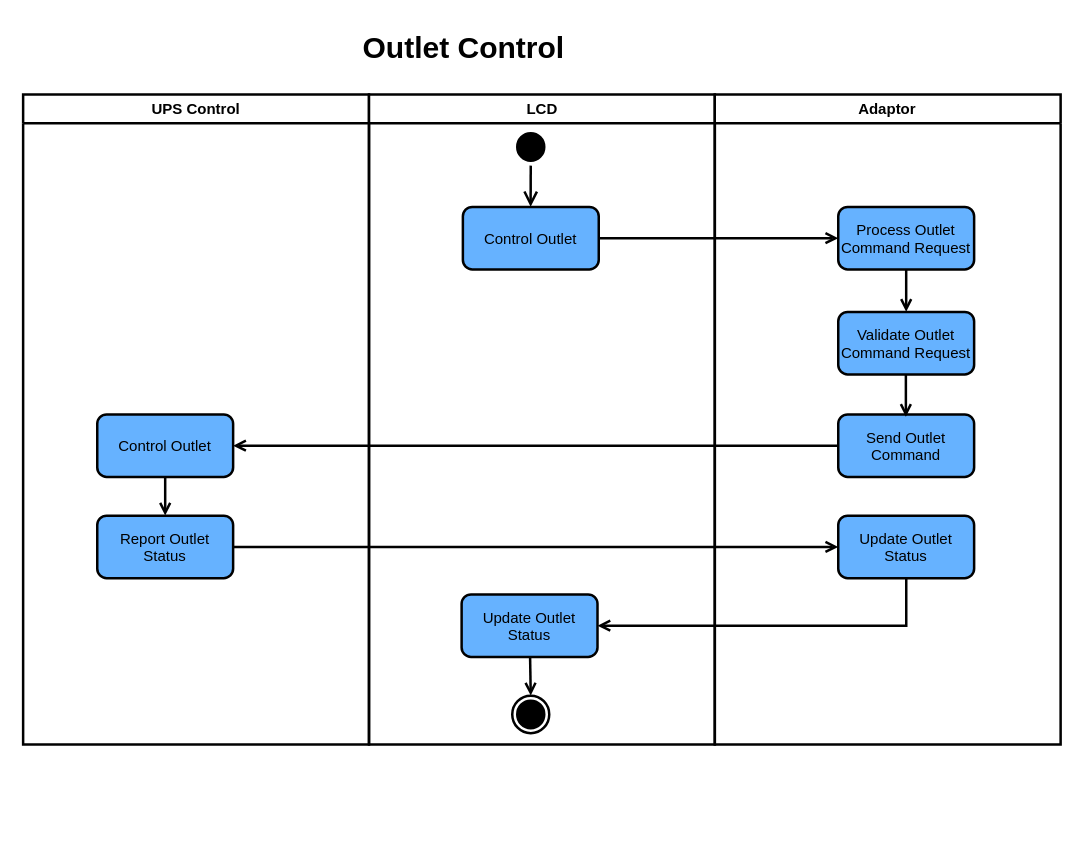
Before: page "SOG" (2 of 2) of system_blocks.drawio in maxpeng/smt_refresh_plan, a draw.io diagram. Source tidied: cells renumbered, new cells numbered last; positions are measured from the earlier drawing's top-left corner, leaving out a move shared by most shapes. Both pictures are drawn from the tidied source at 125%, with x=0, y=0 at pixel (22, 21).
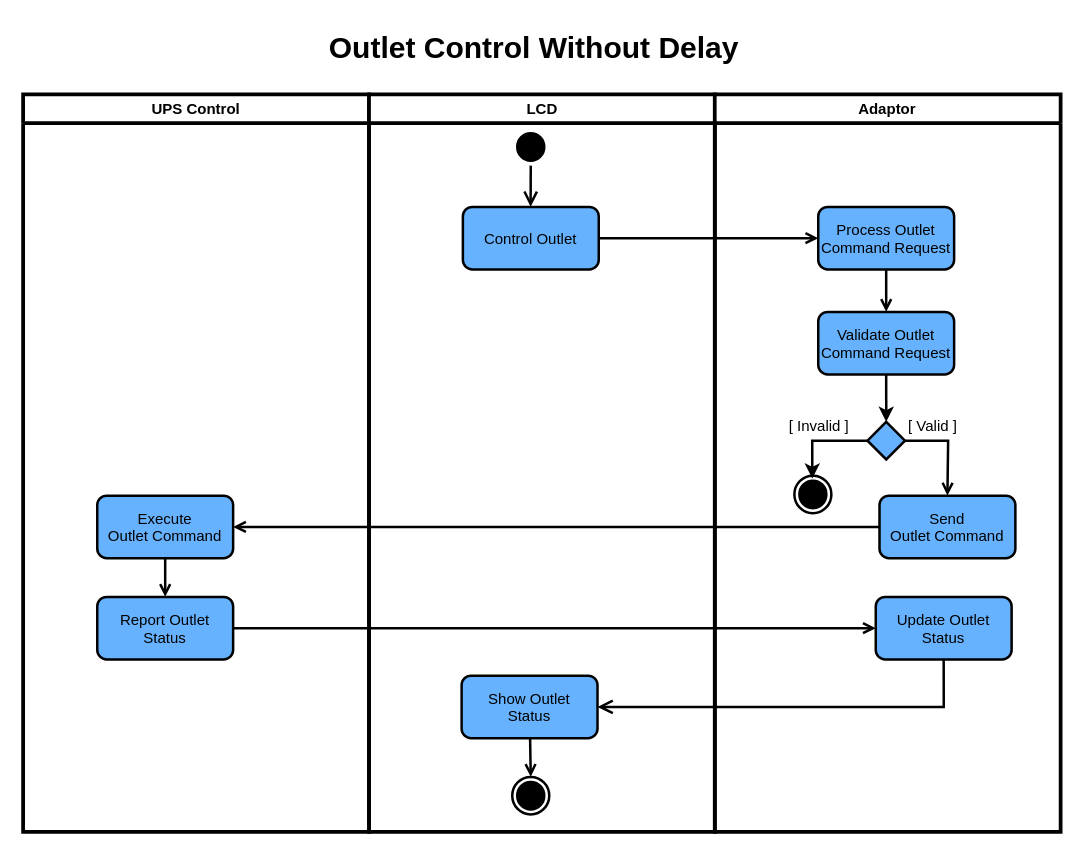
Above is the later version.

Commit message (it also covers changes not shown here):
update SOG diagram based on the result of outlet command validation.

Change to the diagram source:
```diff
@@
-    <mxCell id="2" value="&lt;h1 style=&quot;margin-top: 0px;&quot;&gt;Outlet Control&lt;/h1&gt;" style="text;html=1;whiteSpace=wrap;overflow=hidden;rounded=0;strokeWidth=2;" parent="1" vertex="1">
-      <mxGeometry x="270" width="180" height="40" as="geometry" />
+    <mxCell id="2" value="&lt;h1 style=&quot;margin-top: 0px;&quot;&gt;Outlet Control Without Delay&lt;/h1&gt;" style="text;html=1;whiteSpace=wrap;overflow=hidden;rounded=0;strokeWidth=2;" parent="1" vertex="1">
+      <mxGeometry x="243" width="362" height="40" as="geometry" />
     </mxCell>
-    <mxCell id="3" value="UPS Control" style="swimlane;whiteSpace=wrap;strokeWidth=2;" parent="1" vertex="1">
-      <mxGeometry y="58" width="276.7" height="520" as="geometry" />
+    <mxCell id="3" value="UPS Control" style="swimlane;whiteSpace=wrap;strokeWidth=3;" parent="1" vertex="1">
+      <mxGeometry y="58" width="276.7" height="590" as="geometry" />
     </mxCell>
-    <mxCell id="4" value="Control Outlet" style="rounded=1;strokeWidth=2;fillColor=#66B2FF;" parent="3" vertex="1">
-      <mxGeometry x="59.3" y="256" width="108.7" height="50" as="geometry" />
+    <mxCell id="4" value="Execute&#10;Outlet Command" style="rounded=1;strokeWidth=2;fillColor=#66B2FF;" parent="3" vertex="1">
+      <mxGeometry x="59.3" y="321" width="108.7" height="50" as="geometry" />
     </mxCell>
-    <mxCell id="5" value="LCD" style="swimlane;whiteSpace=wrap;strokeWidth=2;" parent="1" vertex="1">
-      <mxGeometry x="276.7" y="58" width="276.7" height="520" as="geometry" />
+    <mxCell id="5" value="LCD" style="swimlane;whiteSpace=wrap;strokeWidth=3;" parent="1" vertex="1">
+      <mxGeometry x="276.7" y="58" width="276.7" height="590" as="geometry" />
     </mxCell>
@@
-    <mxCell id="9" value="Update Outlet&#10;Status" style="rounded=1;strokeWidth=2;fillColor=#66B2FF;" parent="5" vertex="1">
-      <mxGeometry x="74.1" y="400" width="108.7" height="50" as="geometry" />
+    <mxCell id="9" value="Show Outlet&#10;Status" style="rounded=1;strokeWidth=2;fillColor=#66B2FF;" parent="5" vertex="1">
+      <mxGeometry x="74.1" y="465" width="108.7" height="50" as="geometry" />
     </mxCell>
@@
     <mxCell id="11" style="ellipse;shape=endState;fillColor=#000000;strokeColor=light-dark(#000000, #ff9090);strokeWidth=2;" parent="5" vertex="1">
-      <mxGeometry x="114.6" y="481" width="29.6" height="30" as="geometry" />
+      <mxGeometry x="114.6" y="546" width="29.6" height="30" as="geometry" />
     </mxCell>
-    <mxCell id="12" value="Adaptor" style="swimlane;whiteSpace=wrap;strokeWidth=2;" parent="1" vertex="1">
-      <mxGeometry x="553.3" y="58" width="276.7" height="520" as="geometry" />
+    <mxCell id="12" value="Adaptor" style="swimlane;whiteSpace=wrap;strokeWidth=3;" parent="1" vertex="1">
+      <mxGeometry x="553.3" y="58" width="276.7" height="590" as="geometry" />
     </mxCell>
-    <mxCell id="13" value="Send Outlet&#10;Command" style="rounded=1;strokeWidth=2;fillColor=#66B2FF;" parent="12" vertex="1">
-      <mxGeometry x="98.8" y="256" width="108.7" height="50" as="geometry" />
+    <mxCell id="13" value="Send&#10;Outlet Command" style="rounded=1;strokeWidth=2;fillColor=#66B2FF;" parent="12" vertex="1">
+      <mxGeometry x="131.8" y="321" width="108.7" height="50" as="geometry" />
     </mxCell>
-    <mxCell id="14" style="endArrow=open;strokeColor=default;endFill=1;rounded=0;exitX=0.5;exitY=1;exitDx=0;exitDy=0;strokeWidth=2;" parent="12" edge="1">
+    <mxCell id="14" style="endArrow=open;strokeColor=default;endFill=1;rounded=0;exitX=1;exitY=0.5;exitDx=0;exitDy=0;strokeWidth=2;entryX=0.5;entryY=0;entryDx=0;entryDy=0;" parent="12" edge="1" source="26" target="13">
       <mxGeometry relative="1" as="geometry">
-        <mxPoint x="152.9" y="224" as="sourcePoint" />
-        <mxPoint x="152.9" y="258" as="targetPoint" />
+        <Array as="points">
+          <mxPoint x="186.7" y="277" />
+        </Array>
       </mxGeometry>
     </mxCell>
+    <mxCell id="25" style="edgeStyle=orthogonalEdgeStyle;rounded=0;jettySize=auto;html=1;exitX=0;exitY=0.5;exitDx=0;exitDy=0;strokeWidth=2;entryX=0.484;entryY=0.078;entryDx=0;entryDy=0;entryPerimeter=0;" parent="12" edge="1" source="26" target="28">
+      <mxGeometry relative="1" as="geometry" />
+    </mxCell>
+    <mxCell id="26" style="rhombus;strokeWidth=2;fillColor=light-dark(#66b2ff, #436697);" parent="12" vertex="1">
+      <mxGeometry x="122.2" y="262" width="30" height="30" as="geometry" />
+    </mxCell>
+    <mxCell id="27" style="elbow=horizontal;verticalAlign=bottom;endArrow=open;endSize=8;strokeColor=light-dark(#000000, #ff9090);endFill=1;rounded=0;entryX=1;entryY=0.5;entryDx=0;entryDy=0;strokeWidth=2;exitX=0.5;exitY=1;exitDx=0;exitDy=0;edgeStyle=orthogonalEdgeStyle;" parent="12" edge="1" source="24" target="9">
+      <mxGeometry x="-523.8" y="-78" as="geometry" />
+    </mxCell>
+    <mxCell id="28" style="ellipse;shape=endState;fillColor=#000000;strokeColor=light-dark(#000000, #ff9090);strokeWidth=2;" parent="12" vertex="1">
+      <mxGeometry x="63.7" y="305" width="29.6" height="30" as="geometry" />
+    </mxCell>
@@
-    <mxCell id="18" style="endArrow=open;strokeColor=#000000;endFill=1;rounded=0;exitX=0.5;exitY=1;exitDx=0;exitDy=0;entryX=1;entryY=0.5;entryDx=0;entryDy=0;strokeWidth=2;" parent="1" edge="1" target="9">
-      <mxGeometry relative="1" as="geometry">
-        <mxPoint x="706.5" y="408" as="sourcePoint" />
-        <Array as="points">
-          <mxPoint x="706.5" y="483" />
-        </Array>
-      </mxGeometry>
-    </mxCell>
     <mxCell id="19" value="Report Outlet&#10;Status" style="rounded=1;strokeWidth=2;fillColor=#66B2FF;" parent="1" vertex="1">
-      <mxGeometry x="59.3" y="395" width="108.7" height="50" as="geometry" />
+      <mxGeometry x="59.3" y="460" width="108.7" height="50" as="geometry" />
     </mxCell>
@@
     <mxCell id="21" value="Process Outlet&#10;Command Request" style="rounded=1;strokeWidth=2;fillColor=#66B2FF;" parent="1" vertex="1">
-      <mxGeometry x="652.1" y="148" width="108.7" height="50" as="geometry" />
+      <mxGeometry x="636.1" y="148" width="108.7" height="50" as="geometry" />
     </mxCell>
+    <mxCell id="29" style="edgeStyle=orthogonalEdgeStyle;rounded=0;jettySize=auto;html=1;exitX=0.5;exitY=1;exitDx=0;exitDy=0;entryX=0.5;entryY=0;entryDx=0;entryDy=0;strokeWidth=2;" parent="1" edge="1" source="22" target="26">
+      <mxGeometry relative="1" as="geometry" />
+    </mxCell>
     <mxCell id="22" value="Validate Outlet&#10;Command Request" style="rounded=1;strokeWidth=2;fillColor=#66B2FF;" parent="1" vertex="1">
-      <mxGeometry x="652.1" y="232" width="108.7" height="50" as="geometry" />
+      <mxGeometry x="636.1" y="232" width="108.7" height="50" as="geometry" />
     </mxCell>
@@
     <mxCell id="24" value="Update Outlet&#10;Status" style="rounded=1;strokeWidth=2;fillColor=#66B2FF;" parent="1" vertex="1">
-      <mxGeometry x="652.1" y="395" width="108.7" height="50" as="geometry" />
+      <mxGeometry x="682.1" y="460" width="108.7" height="50" as="geometry" />
     </mxCell>
+    <mxCell id="30" value="[ Invalid ]" style="text;whiteSpace=wrap;strokeColor=none;fillColor=none;align=center;verticalAlign=middle;rounded=0;fontStyle=0;" parent="1" vertex="1">
+      <mxGeometry x="607" y="309" width="60" height="30" as="geometry" />
+    </mxCell>
+    <mxCell id="31" value="[ Valid ]" style="text;whiteSpace=wrap;strokeColor=none;fillColor=none;align=center;verticalAlign=middle;rounded=0;fontStyle=0;" parent="1" vertex="1">
+      <mxGeometry x="698" y="309" width="60" height="30" as="geometry" />
+    </mxCell>
```
